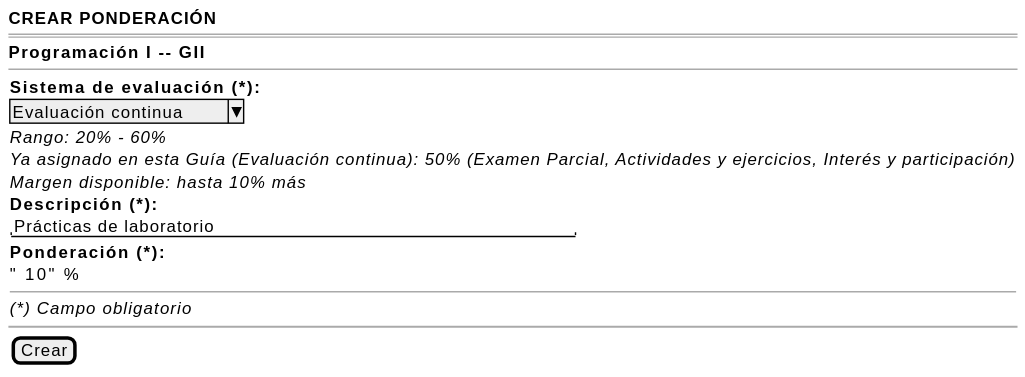
mmasias/pyCeldaPublico keeps this PlantUML diagram as images/RUP/01-requisitos/03-detalle-casos-uso/crearPonderacionEvaluacion/wireframe-formulario.svg. Above is the earlier version. Its diagram source:
```plantuml
@startsalt crearPonderacionEvaluacion-wireframe-formulario
{
    <b>CREAR PONDERACIÓN</b>
    ====
    <b>Programación I -- GII</b>
    --
    {
        <b>Sistema de evaluación (*):</b>
        ^Evaluación continua^
        <i>Rango: 20% - 60%</i>
        <i>Ya asignado en esta Guía (Evaluación continua): 50% (Examen Parcial, Actividades y ejercicios, Interés y participación)</i>
        <i>Margen disponible: hasta 10% más</i>
        <b>Descripción (*):</b>
        "Prácticas de laboratorio                          "
        <b>Ponderación (*):</b>
        "  10" %
        --
        <i>(*) Campo obligatorio</i>
    }
    ~~
    {[Crear]}
}
@endsalt
```
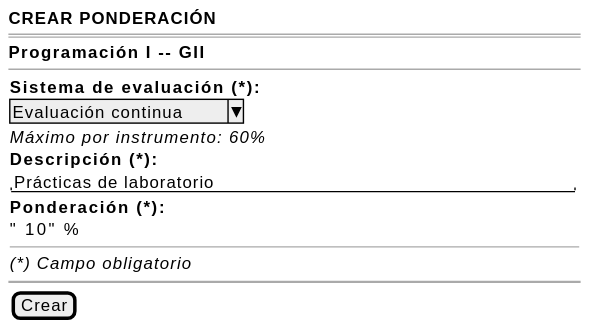
The same file after the commit.

The edit, as a diff of the source:
```diff
@@ -7,9 +7,7 @@
     {
         <b>Sistema de evaluación (*):</b>
         ^Evaluación continua^
-        <i>Rango: 20% - 60%</i>
-        <i>Ya asignado en esta Guía (Evaluación continua): 50% (Examen Parcial, Actividades y ejercicios, Interés y participación)</i>
-        <i>Margen disponible: hasta 10% más</i>
+        <i>Máximo por instrumento: 60%</i>
         <b>Descripción (*):</b>
         "Prácticas de laboratorio                          "
         <b>Ponderación (*):</b>
```
